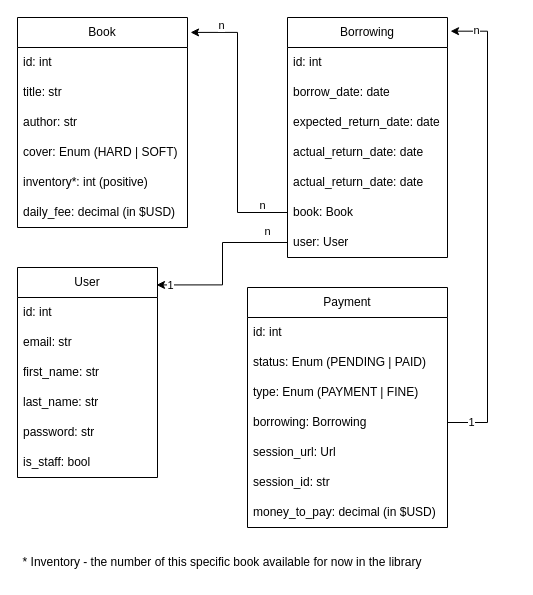
Above: diagram_library_api_service.drawio in TetyanaPavlyuk/library-api-service (draw.io), before the change. Source tidied: cells renumbered, new cells numbered last; positions are measured from the earlier drawing's top-left corner, leaving out a move shared by most shapes. Both pictures are drawn from the tidied source at 100%, with x=0, y=0 at pixel (17, 17).
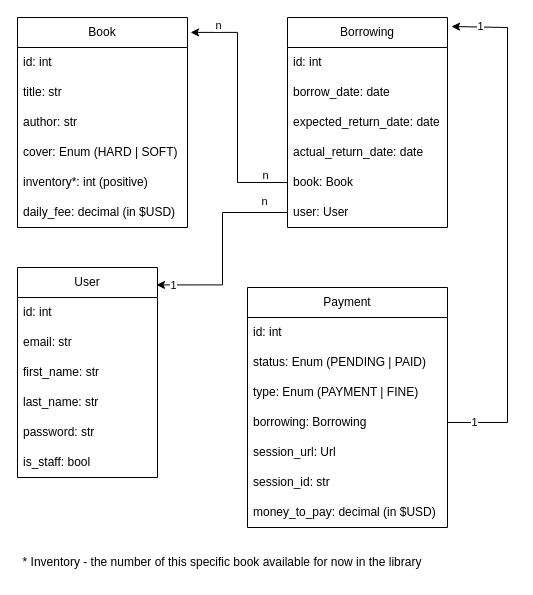
After the change.

Commit message:
Edit diagram - change connection at one-to-one for borrowing and payment

Unchanged cells that the change refers to:
```xml
<mxCell id="35" value="borrowing: Borrowing" style="text;strokeColor=none;fillColor=none;align=left;verticalAlign=middle;spacingLeft=4;spacingRight=4;overflow=hidden;points=[[0,0.5],[1,0.5]];portConstraint=eastwest;whiteSpace=wrap;html=1;" parent="31" vertex="1">
  <mxGeometry y="120" width="200" height="30" as="geometry" />
</mxCell>
```

The edit, as a diff of the source:
```diff
@@
     <mxCell id="17" value="Borrowing" style="swimlane;fontStyle=0;horizontal=1;startSize=30;whiteSpace=wrap;html=1;" parent="1" vertex="1">
-      <mxGeometry x="270" width="160" height="240" as="geometry" />
+      <mxGeometry x="270" width="160" height="210" as="geometry" />
     </mxCell>
@@
-    <mxCell id="22" value="actual_return_date: date" style="text;strokeColor=none;fillColor=none;align=left;verticalAlign=middle;spacingLeft=4;spacingRight=4;overflow=hidden;whiteSpace=wrap;html=1;" parent="17" vertex="1">
-      <mxGeometry y="150" width="160" height="30" as="geometry" />
-    </mxCell>
     <mxCell id="23" value="book: Book" style="text;strokeColor=none;fillColor=none;align=left;verticalAlign=middle;spacingLeft=4;spacingRight=4;overflow=hidden;points=[[0,0.5],[1,0.5]];portConstraint=eastwest;whiteSpace=wrap;html=1;" parent="17" vertex="1">
-      <mxGeometry y="180" width="160" height="30" as="geometry" />
+      <mxGeometry y="150" width="160" height="30" as="geometry" />
     </mxCell>
     <mxCell id="24" value="user: User" style="text;strokeColor=none;fillColor=none;align=left;verticalAlign=middle;spacingLeft=4;spacingRight=4;overflow=hidden;points=[[0,0.5],[1,0.5]];portConstraint=eastwest;whiteSpace=wrap;html=1;" parent="17" vertex="1">
-      <mxGeometry y="210" width="160" height="30" as="geometry" />
+      <mxGeometry y="180" width="160" height="30" as="geometry" />
     </mxCell>
@@
-    <mxCell id="39" style="edgeStyle=orthogonalEdgeStyle;rounded=0;jettySize=auto;html=1;exitX=1;exitY=0.5;exitDx=0;exitDy=0;entryX=1.019;entryY=0.057;entryDx=0;entryDy=0;entryPerimeter=0;" parent="1" edge="1" source="35" target="17">
+    <mxCell id="39" style="edgeStyle=orthogonalEdgeStyle;rounded=0;jettySize=auto;html=1;exitX=1;exitY=0.5;exitDx=0;exitDy=0;entryX=1.025;entryY=0.043;entryDx=0;entryDy=0;entryPerimeter=0;" parent="1" edge="1" source="35" target="17">
       <mxGeometry relative="1" as="geometry">
         <Array as="points">
-          <mxPoint x="470" y="405" />
-          <mxPoint x="470" y="14" />
+          <mxPoint x="490" y="405" />
+          <mxPoint x="490" y="10" />
         </Array>
       </mxGeometry>
     </mxCell>
-    <mxCell id="40" value="n" style="edgeLabel;html=1;align=center;verticalAlign=middle;" parent="39" vertex="1">
+    <mxCell id="40" value="1" style="edgeLabel;html=1;align=center;verticalAlign=middle;" parent="39" vertex="1">
       <mxGeometry x="0.89" y="-1" relative="1" as="geometry" />
     </mxCell>
```
